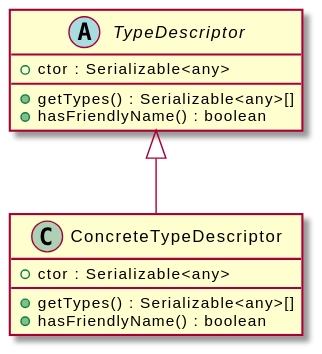
Earlier version of the PlantUML export assets/TypeDescriptor-umlClassDiagram-6907.svg (OpenHPS/openhps-core).
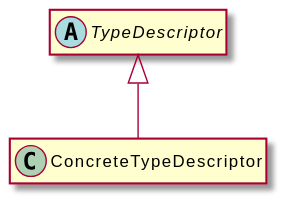
Above is the later version.

Diff of the diagram source:
```diff
@@ -3,14 +3,8 @@
 hide empty methods
 hide empty fields
 abstract class "TypeDescriptor" {
-    +ctor : Serializable<any>
-    +getTypes() : Serializable<any>[]
-    +hasFriendlyName() : boolean
 }
 class "ConcreteTypeDescriptor" {
-    +ctor : Serializable<any>
-    +getTypes() : Serializable<any>[]
-    +hasFriendlyName() : boolean
 }
 "TypeDescriptor" <|-- "ConcreteTypeDescriptor"
 @enduml
```
